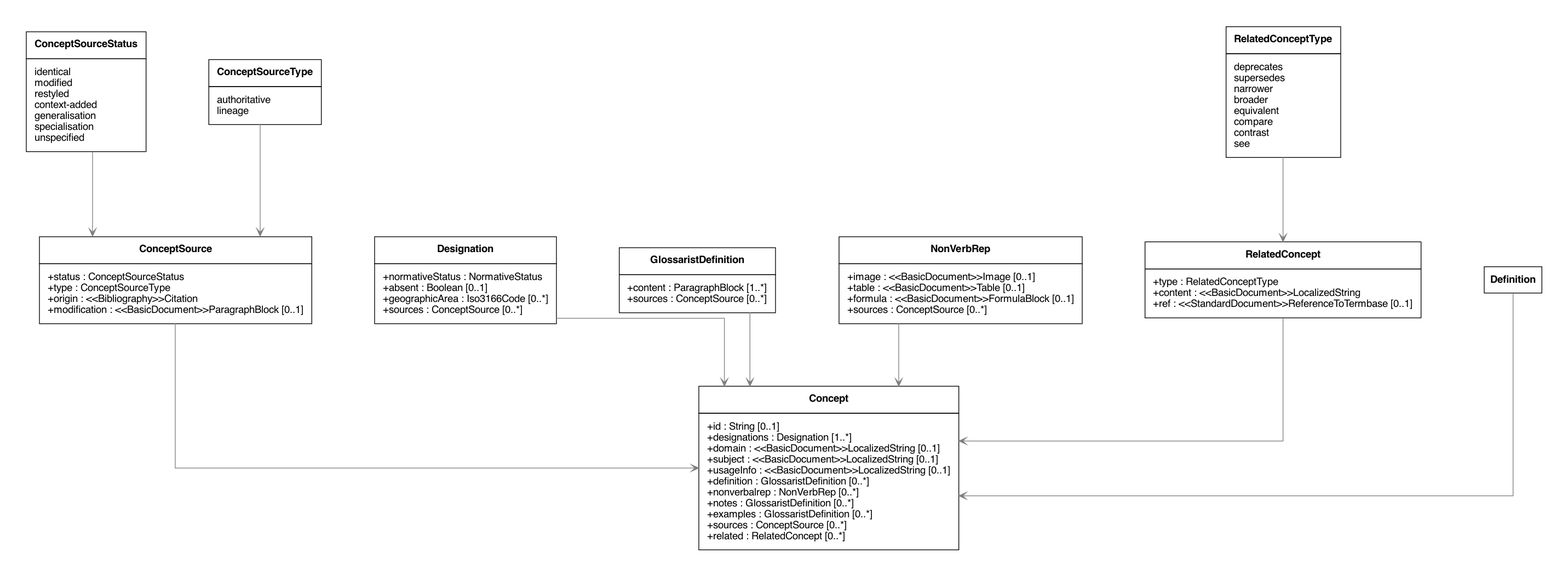
This is lutaml/Concepts.png from glossarist/concept-model, a Graphviz export, as it was before one commit. Its source is kept beside it as lutaml/Concepts.dot.
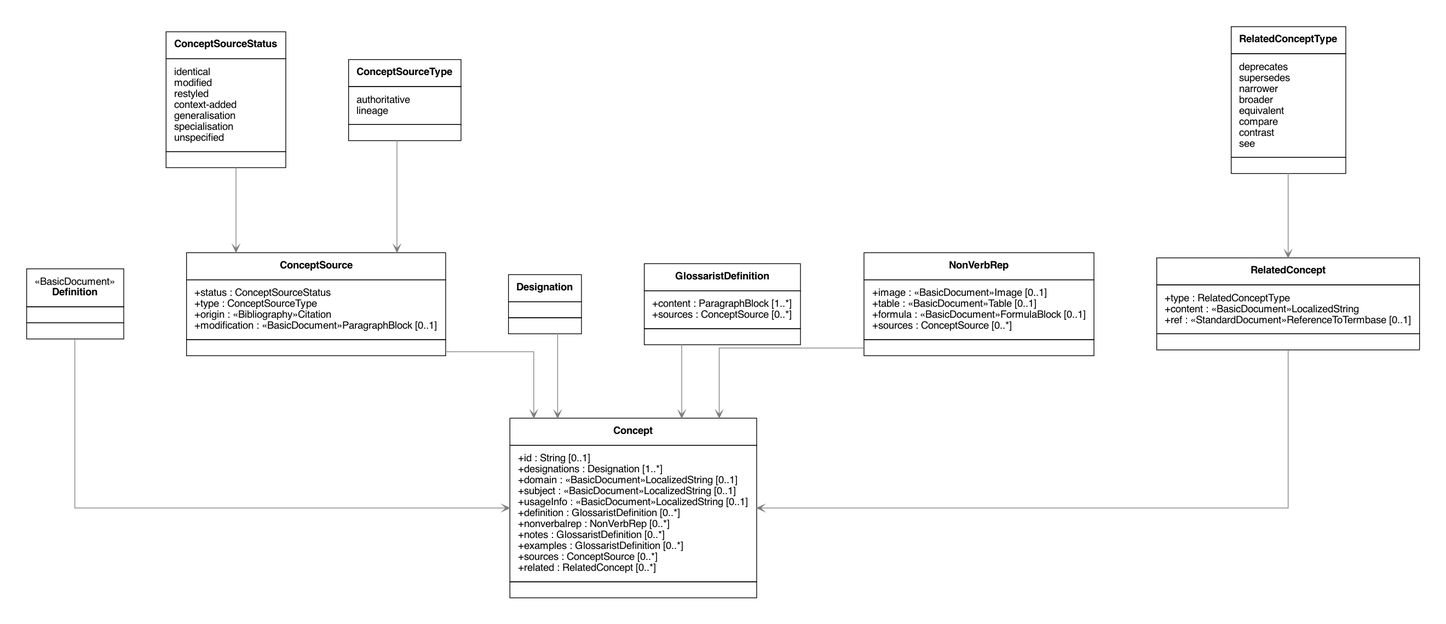
After the commit.

What changed in the source:
```diff
@@ -3,28 +3,60 @@
   edge [color="gray50"]
   node [shape="box" fontname="Helvetica-bold"]
 
+  Definition [shape="plain" fontname="Helvetica" label=<
+    <TABLE BORDER="0" CELLBORDER="1" CELLSPACING="0" CELLPADDING="10">
+    <TR>
+    <TD><TABLE BORDER="0" CELLPADDING="0" CELLSPACING="0">
+    <TR><TD ALIGN="CENTER">«BasicDocument»</TD></TR>\n<TR><TD ALIGN="CENTER"><B>Definition</B></TD></TR>
+  </TABLE>
+  </TD>
+  </TR>
+
+  <TR>
+    <TD><TABLE BORDER="0" CELLPADDING="0" CELLSPACING="0">
+    <TR><TD ALIGN="LEFT"></TD></TR>
+  </TABLE></TD>
+  </TR>
+
+  <TR>
+    <TD><TABLE BORDER="0" CELLPADDING="0" CELLSPACING="0">
+    <TR><TD ALIGN="LEFT"></TD></TR>
+  </TABLE></TD>
+  </TR>
+
+  </TABLE>
+  >]
+
   Concept [shape="plain" fontname="Helvetica" label=<
     <TABLE BORDER="0" CELLBORDER="1" CELLSPACING="0" CELLPADDING="10">
     <TR>
-    <TD><B>Concept</B></TD>
+    <TD><TABLE BORDER="0" CELLPADDING="0" CELLSPACING="0">
+    <TR><TD ALIGN="CENTER"><B>Concept</B></TD></TR>
+  </TABLE>
+  </TD>
   </TR>
 
   <TR>
-    <TD>
-          <TABLE BORDER="0" CELLPADDING="0" CELLSPACING="0">
-            <TR><TD ALIGN="LEFT">+id : String &#91;0..1&#93;</TD></TR>
+    <TD><TABLE BORDER="0" CELLPADDING="0" CELLSPACING="0">
+              <TR><TD ALIGN="LEFT">+id : String &#91;0..1&#93;</TD></TR>
             <TR><TD ALIGN="LEFT">+designations : Designation &#91;1..*&#93;</TD></TR>
-            <TR><TD ALIGN="LEFT">+domain : &#60;&#60;BasicDocument&#62;&#62;LocalizedString &#91;0..1&#93;</TD></TR>
-            <TR><TD ALIGN="LEFT">+subject : &#60;&#60;BasicDocument&#62;&#62;LocalizedString &#91;0..1&#93;</TD></TR>
-            <TR><TD ALIGN="LEFT">+usageInfo : &#60;&#60;BasicDocument&#62;&#62;LocalizedString &#91;0..1&#93;</TD></TR>
+            <TR><TD ALIGN="LEFT">+domain : «BasicDocument»LocalizedString &#91;0..1&#93;</TD></TR>
+            <TR><TD ALIGN="LEFT">+subject : «BasicDocument»LocalizedString &#91;0..1&#93;</TD></TR>
+            <TR><TD ALIGN="LEFT">+usageInfo : «BasicDocument»LocalizedString &#91;0..1&#93;</TD></TR>
             <TR><TD ALIGN="LEFT">+definition : GlossaristDefinition &#91;0..*&#93;</TD></TR>
             <TR><TD ALIGN="LEFT">+nonverbalrep : NonVerbRep &#91;0..*&#93;</TD></TR>
             <TR><TD ALIGN="LEFT">+notes : GlossaristDefinition &#91;0..*&#93;</TD></TR>
             <TR><TD ALIGN="LEFT">+examples : GlossaristDefinition &#91;0..*&#93;</TD></TR>
             <TR><TD ALIGN="LEFT">+sources : ConceptSource &#91;0..*&#93;</TD></TR>
             <TR><TD ALIGN="LEFT">+related : RelatedConcept &#91;0..*&#93;</TD></TR>
-          </TABLE>
+  </TABLE>
         </TD>
+  </TR>
+
+  <TR>
+    <TD><TABLE BORDER="0" CELLPADDING="0" CELLSPACING="0">
+    <TR><TD ALIGN="LEFT"></TD></TR>
+  </TABLE></TD>
   </TR>
 
   </TABLE>
@@ -33,18 +65,26 @@
   ConceptSource [shape="plain" fontname="Helvetica" label=<
     <TABLE BORDER="0" CELLBORDER="1" CELLSPACING="0" CELLPADDING="10">
     <TR>
-    <TD><B>ConceptSource</B></TD>
+    <TD><TABLE BORDER="0" CELLPADDING="0" CELLSPACING="0">
+    <TR><TD ALIGN="CENTER"><B>ConceptSource</B></TD></TR>
+  </TABLE>
+  </TD>
   </TR>
 
   <TR>
-    <TD>
-          <TABLE BORDER="0" CELLPADDING="0" CELLSPACING="0">
-            <TR><TD ALIGN="LEFT">+status : ConceptSourceStatus</TD></TR>
+    <TD><TABLE BORDER="0" CELLPADDING="0" CELLSPACING="0">
+              <TR><TD ALIGN="LEFT">+status : ConceptSourceStatus</TD></TR>
             <TR><TD ALIGN="LEFT">+type : ConceptSourceType</TD></TR>
-            <TR><TD ALIGN="LEFT">+origin : &#60;&#60;Bibliography&#62;&#62;Citation</TD></TR>
-            <TR><TD ALIGN="LEFT">+modification : &#60;&#60;BasicDocument&#62;&#62;ParagraphBlock &#91;0..1&#93;</TD></TR>
-          </TABLE>
+            <TR><TD ALIGN="LEFT">+origin : «Bibliography»Citation</TD></TR>
+            <TR><TD ALIGN="LEFT">+modification : «BasicDocument»ParagraphBlock &#91;0..1&#93;</TD></TR>
+  </TABLE>
         </TD>
+  </TR>
+
+  <TR>
+    <TD><TABLE BORDER="0" CELLPADDING="0" CELLSPACING="0">
+    <TR><TD ALIGN="LEFT"></TD></TR>
+  </TABLE></TD>
   </TR>
 
   </TABLE>
@@ -53,18 +93,22 @@
   Designation [shape="plain" fontname="Helvetica" label=<
     <TABLE BORDER="0" CELLBORDER="1" CELLSPACING="0" CELLPADDING="10">
     <TR>
-    <TD><B>Designation</B></TD>
+    <TD><TABLE BORDER="0" CELLPADDING="0" CELLSPACING="0">
+    <TR><TD ALIGN="CENTER"><B>Designation</B></TD></TR>
+  </TABLE>
+  </TD>
   </TR>
 
   <TR>
-    <TD>
-          <TABLE BORDER="0" CELLPADDING="0" CELLSPACING="0">
-            <TR><TD ALIGN="LEFT">+normativeStatus : NormativeStatus</TD></TR>
-            <TR><TD ALIGN="LEFT">+absent : Boolean &#91;0..1&#93;</TD></TR>
-            <TR><TD ALIGN="LEFT">+geographicArea : Iso3166Code &#91;0..*&#93;</TD></TR>
-            <TR><TD ALIGN="LEFT">+sources : ConceptSource &#91;0..*&#93;</TD></TR>
-          </TABLE>
-        </TD>
+    <TD><TABLE BORDER="0" CELLPADDING="0" CELLSPACING="0">
+    <TR><TD ALIGN="LEFT"></TD></TR>
+  </TABLE></TD>
+  </TR>
+
+  <TR>
+    <TD><TABLE BORDER="0" CELLPADDING="0" CELLSPACING="0">
+    <TR><TD ALIGN="LEFT"></TD></TR>
+  </TABLE></TD>
   </TR>
 
   </TABLE>
@@ -73,16 +117,24 @@
   GlossaristDefinition [shape="plain" fontname="Helvetica" label=<
     <TABLE BORDER="0" CELLBORDER="1" CELLSPACING="0" CELLPADDING="10">
     <TR>
-    <TD><B>GlossaristDefinition</B></TD>
+    <TD><TABLE BORDER="0" CELLPADDING="0" CELLSPACING="0">
+    <TR><TD ALIGN="CENTER"><B>GlossaristDefinition</B></TD></TR>
+  </TABLE>
+  </TD>
   </TR>
 
   <TR>
-    <TD>
-          <TABLE BORDER="0" CELLPADDING="0" CELLSPACING="0">
-            <TR><TD ALIGN="LEFT">+content : ParagraphBlock &#91;1..*&#93;</TD></TR>
+    <TD><TABLE BORDER="0" CELLPADDING="0" CELLSPACING="0">
+              <TR><TD ALIGN="LEFT">+content : ParagraphBlock &#91;1..*&#93;</TD></TR>
             <TR><TD ALIGN="LEFT">+sources : ConceptSource &#91;0..*&#93;</TD></TR>
-          </TABLE>
+  </TABLE>
         </TD>
+  </TR>
+
+  <TR>
+    <TD><TABLE BORDER="0" CELLPADDING="0" CELLSPACING="0">
+    <TR><TD ALIGN="LEFT"></TD></TR>
+  </TABLE></TD>
   </TR>
 
   </TABLE>
@@ -91,18 +143,26 @@
   NonVerbRep [shape="plain" fontname="Helvetica" label=<
     <TABLE BORDER="0" CELLBORDER="1" CELLSPACING="0" CELLPADDING="10">
     <TR>
-    <TD><B>NonVerbRep</B></TD>
+    <TD><TABLE BORDER="0" CELLPADDING="0" CELLSPACING="0">
+    <TR><TD ALIGN="CENTER"><B>NonVerbRep</B></TD></TR>
+  </TABLE>
+  </TD>
   </TR>
 
   <TR>
-    <TD>
-          <TABLE BORDER="0" CELLPADDING="0" CELLSPACING="0">
-            <TR><TD ALIGN="LEFT">+image : &#60;&#60;BasicDocument&#62;&#62;Image &#91;0..1&#93;</TD></TR>
-            <TR><TD ALIGN="LEFT">+table : &#60;&#60;BasicDocument&#62;&#62;Table &#91;0..1&#93;</TD></TR>
-            <TR><TD ALIGN="LEFT">+formula : &#60;&#60;BasicDocument&#62;&#62;FormulaBlock &#91;0..1&#93;</TD></TR>
+    <TD><TABLE BORDER="0" CELLPADDING="0" CELLSPACING="0">
+              <TR><TD ALIGN="LEFT">+image : «BasicDocument»Image &#91;0..1&#93;</TD></TR>
+            <TR><TD ALIGN="LEFT">+table : «BasicDocument»Table &#91;0..1&#93;</TD></TR>
+            <TR><TD ALIGN="LEFT">+formula : «BasicDocument»FormulaBlock &#91;0..1&#93;</TD></TR>
             <TR><TD ALIGN="LEFT">+sources : ConceptSource &#91;0..*&#93;</TD></TR>
-          </TABLE>
+  </TABLE>
         </TD>
+  </TR>
+
+  <TR>
+    <TD><TABLE BORDER="0" CELLPADDING="0" CELLSPACING="0">
+    <TR><TD ALIGN="LEFT"></TD></TR>
+  </TABLE></TD>
   </TR>
 
   </TABLE>
@@ -111,17 +171,25 @@
   RelatedConcept [shape="plain" fontname="Helvetica" label=<
     <TABLE BORDER="0" CELLBORDER="1" CELLSPACING="0" CELLPADDING="10">
     <TR>
-    <TD><B>RelatedConcept</B></TD>
+    <TD><TABLE BORDER="0" CELLPADDING="0" CELLSPACING="0">
+    <TR><TD ALIGN="CENTER"><B>RelatedConcept</B></TD></TR>
+  </TABLE>
+  </TD>
   </TR>
 
   <TR>
-    <TD>
-          <TABLE BORDER="0" CELLPADDING="0" CELLSPACING="0">
-            <TR><TD ALIGN="LEFT">+type : RelatedConceptType</TD></TR>
-            <TR><TD ALIGN="LEFT">+content : &#60;&#60;BasicDocument&#62;&#62;LocalizedString</TD></TR>
-            <TR><TD ALIGN="LEFT">+ref : &#60;&#60;StandardDocument&#62;&#62;ReferenceToTermbase &#91;0..1&#93;</TD></TR>
-          </TABLE>
+    <TD><TABLE BORDER="0" CELLPADDING="0" CELLSPACING="0">
+              <TR><TD ALIGN="LEFT">+type : RelatedConceptType</TD></TR>
+            <TR><TD ALIGN="LEFT">+content : «BasicDocument»LocalizedString</TD></TR>
+            <TR><TD ALIGN="LEFT">+ref : «StandardDocument»ReferenceToTermbase &#91;0..1&#93;</TD></TR>
+  </TABLE>
         </TD>
+  </TR>
+
+  <TR>
+    <TD><TABLE BORDER="0" CELLPADDING="0" CELLSPACING="0">
+    <TR><TD ALIGN="LEFT"></TD></TR>
+  </TABLE></TD>
   </TR>
 
   </TABLE>
@@ -130,21 +198,29 @@
   ConceptSourceStatus [shape="plain" fontname="Helvetica" label=<
     <TABLE BORDER="0" CELLBORDER="1" CELLSPACING="0" CELLPADDING="10">
     <TR>
-    <TD><B>ConceptSourceStatus</B></TD>
+    <TD><TABLE BORDER="0" CELLPADDING="0" CELLSPACING="0">
+    <TR><TD ALIGN="CENTER"><B>ConceptSourceStatus</B></TD></TR>
+  </TABLE>
+  </TD>
   </TR>
 
   <TR>
-    <TD>
-          <TABLE BORDER="0" CELLPADDING="0" CELLSPACING="0">
-            <TR><TD ALIGN="LEFT">identical</TD></TR>
+    <TD><TABLE BORDER="0" CELLPADDING="0" CELLSPACING="0">
+              <TR><TD ALIGN="LEFT">identical</TD></TR>
             <TR><TD ALIGN="LEFT">modified</TD></TR>
             <TR><TD ALIGN="LEFT">restyled</TD></TR>
             <TR><TD ALIGN="LEFT">context-added</TD></TR>
             <TR><TD ALIGN="LEFT">generalisation</TD></TR>
             <TR><TD ALIGN="LEFT">specialisation</TD></TR>
             <TR><TD ALIGN="LEFT">unspecified</TD></TR>
-          </TABLE>
+  </TABLE>
         </TD>
+  </TR>
+
+  <TR>
+    <TD><TABLE BORDER="0" CELLPADDING="0" CELLSPACING="0">
+    <TR><TD ALIGN="LEFT"></TD></TR>
+  </TABLE></TD>
   </TR>
 
   </TABLE>
@@ -153,16 +229,24 @@
   ConceptSourceType [shape="plain" fontname="Helvetica" label=<
     <TABLE BORDER="0" CELLBORDER="1" CELLSPACING="0" CELLPADDING="10">
     <TR>
-    <TD><B>ConceptSourceType</B></TD>
+    <TD><TABLE BORDER="0" CELLPADDING="0" CELLSPACING="0">
+    <TR><TD ALIGN="CENTER"><B>ConceptSourceType</B></TD></TR>
+  </TABLE>
+  </TD>
   </TR>
 
   <TR>
-    <TD>
-          <TABLE BORDER="0" CELLPADDING="0" CELLSPACING="0">
-            <TR><TD ALIGN="LEFT">authoritative</TD></TR>
+    <TD><TABLE BORDER="0" CELLPADDING="0" CELLSPACING="0">
+              <TR><TD ALIGN="LEFT">authoritative</TD></TR>
             <TR><TD ALIGN="LEFT">lineage</TD></TR>
-          </TABLE>
+  </TABLE>
         </TD>
+  </TR>
+
+  <TR>
+    <TD><TABLE BORDER="0" CELLPADDING="0" CELLSPACING="0">
+    <TR><TD ALIGN="LEFT"></TD></TR>
+  </TABLE></TD>
   </TR>
 
   </TABLE>
@@ -171,13 +255,15 @@
   RelatedConceptType [shape="plain" fontname="Helvetica" label=<
     <TABLE BORDER="0" CELLBORDER="1" CELLSPACING="0" CELLPADDING="10">
     <TR>
-    <TD><B>RelatedConceptType</B></TD>
+    <TD><TABLE BORDER="0" CELLPADDING="0" CELLSPACING="0">
+    <TR><TD ALIGN="CENTER"><B>RelatedConceptType</B></TD></TR>
+  </TABLE>
+  </TD>
   </TR>
 
   <TR>
-    <TD>
-          <TABLE BORDER="0" CELLPADDING="0" CELLSPACING="0">
-            <TR><TD ALIGN="LEFT">deprecates</TD></TR>
+    <TD><TABLE BORDER="0" CELLPADDING="0" CELLSPACING="0">
+              <TR><TD ALIGN="LEFT">deprecates</TD></TR>
             <TR><TD ALIGN="LEFT">supersedes</TD></TR>
             <TR><TD ALIGN="LEFT">narrower</TD></TR>
             <TR><TD ALIGN="LEFT">broader</TD></TR>
@@ -185,8 +271,14 @@
             <TR><TD ALIGN="LEFT">compare</TD></TR>
             <TR><TD ALIGN="LEFT">contrast</TD></TR>
             <TR><TD ALIGN="LEFT">see</TD></TR>
-          </TABLE>
+  </TABLE>
         </TD>
+  </TR>
+
+  <TR>
+    <TD><TABLE BORDER="0" CELLPADDING="0" CELLSPACING="0">
+    <TR><TD ALIGN="LEFT"></TD></TR>
+  </TABLE></TD>
   </TR>
 
   </TABLE>
```
